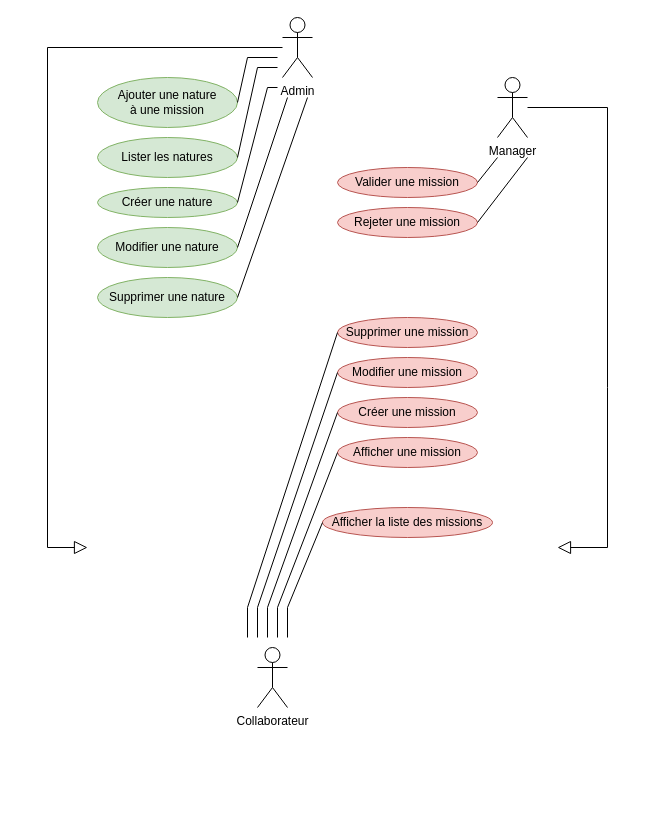
Before: use_case.drawio in VincentProuchet/Gestion_Missions_FE, a draw.io diagram. Source tidied: cells renumbered, new cells numbered last; positions are measured from the earlier drawing's top-left corner, leaving out a move shared by most shapes. Both pictures are drawn from the tidied source at 100%, with x=0, y=0 at pixel (47, 17).
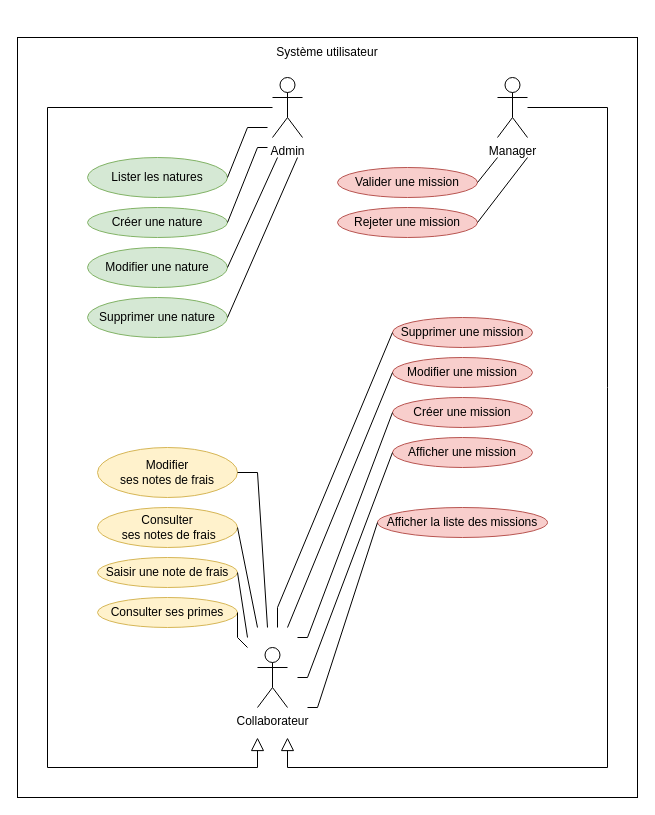
The same page after the edit.

Commit message:
update use_case.drawio add collaborateur actions

The change refers to these unchanged cells:
```xml
<mxCell id="3" value="&lt;div&gt;Manager&lt;/div&gt;" style="shape=umlActor;verticalLabelPosition=bottom;verticalAlign=top;html=1;outlineConnect=0;" parent="1" vertex="1">
  <mxGeometry x="450" y="60" width="30" height="60" as="geometry" />
</mxCell>
```

Change to the diagram source:
```diff
@@
+    <mxCell id="31" style="rounded=0;whiteSpace=wrap;html=1;" parent="1" vertex="1">
+      <mxGeometry x="-30" y="20" width="620" height="760" as="geometry" />
+    </mxCell>
     <mxCell id="2" value="&lt;div&gt;Admin&lt;/div&gt;" style="shape=umlActor;verticalLabelPosition=bottom;verticalAlign=top;html=1;outlineConnect=0;" parent="1" vertex="1">
-      <mxGeometry x="235" width="30" height="60" as="geometry" />
+      <mxGeometry x="225" y="60" width="30" height="60" as="geometry" />
     </mxCell>
@@
     <mxCell id="5" style="endArrow=block;html=1;rounded=0;endFill=0;endSize=11;" parent="1" edge="1" source="2">
       <mxGeometry relative="1" as="geometry">
-        <mxPoint x="40" y="530" as="targetPoint" />
+        <mxPoint x="210" y="720" as="targetPoint" />
         <Array as="points">
-          <mxPoint y="30" />
-          <mxPoint y="530" />
+          <mxPoint y="90" />
+          <mxPoint y="750" />
+          <mxPoint x="210" y="750" />
         </Array>
       </mxGeometry>
     </mxCell>
     <mxCell id="6" style="endArrow=block;html=1;rounded=0;endFill=0;endSize=11;startSize=6;" parent="1" edge="1" source="3">
       <mxGeometry relative="1" as="geometry">
-        <mxPoint x="510" y="530" as="targetPoint" />
+        <mxPoint x="240" y="720" as="targetPoint" />
         <Array as="points">
           <mxPoint x="560" y="90" />
           <mxPoint x="560" y="370" />
-          <mxPoint x="560" y="530" />
+          <mxPoint x="560" y="750" />
+          <mxPoint x="240" y="750" />
         </Array>
       </mxGeometry>
     </mxCell>
-    <mxCell id="7" value="&lt;div&gt;Ajouter une nature&lt;/div&gt;&lt;div&gt;à une mission&lt;/div&gt;" style="ellipse;whiteSpace=wrap;html=1;fillColor=#d5e8d4;strokeColor=#82b366;" parent="1" vertex="1">
-      <mxGeometry x="50" y="60" width="140" height="50" as="geometry" />
-    </mxCell>
     <mxCell id="8" value="&lt;div&gt;Lister les natures&lt;/div&gt;" style="ellipse;whiteSpace=wrap;html=1;fillColor=#d5e8d4;strokeColor=#82b366;" parent="1" vertex="1">
-      <mxGeometry x="50" y="120" width="140" height="40" as="geometry" />
+      <mxGeometry x="40" y="140" width="140" height="40" as="geometry" />
     </mxCell>
     <mxCell id="9" value="&lt;div&gt;Créer une nature&lt;/div&gt;" style="ellipse;whiteSpace=wrap;html=1;fillColor=#d5e8d4;strokeColor=#82b366;" parent="1" vertex="1">
-      <mxGeometry x="50" y="170" width="140" height="30" as="geometry" />
+      <mxGeometry x="40" y="190" width="140" height="30" as="geometry" />
     </mxCell>
     <mxCell id="10" value="&lt;div&gt;Modifier une nature&lt;/div&gt;" style="ellipse;whiteSpace=wrap;html=1;fillColor=#d5e8d4;strokeColor=#82b366;" parent="1" vertex="1">
-      <mxGeometry x="50" y="210" width="140" height="40" as="geometry" />
+      <mxGeometry x="40" y="230" width="140" height="40" as="geometry" />
     </mxCell>
     <mxCell id="11" value="&lt;div&gt;Supprimer une nature&lt;/div&gt;" style="ellipse;whiteSpace=wrap;html=1;fillColor=#d5e8d4;strokeColor=#82b366;" parent="1" vertex="1">
-      <mxGeometry x="50" y="260" width="140" height="40" as="geometry" />
+      <mxGeometry x="40" y="280" width="140" height="40" as="geometry" />
     </mxCell>
-    <mxCell id="12" style="endArrow=none;html=1;rounded=0;startSize=6;endSize=11;exitX=1;exitY=0.5;exitDx=0;exitDy=0;" parent="1" edge="1" source="7">
-      <mxGeometry relative="1" as="geometry">
-        <mxPoint x="230" y="40" as="targetPoint" />
-        <Array as="points">
-          <mxPoint x="200" y="40" />
-          <mxPoint x="230" y="40" />
-        </Array>
-      </mxGeometry>
-    </mxCell>
     <mxCell id="13" style="endArrow=none;html=1;rounded=0;startSize=6;endSize=11;exitX=1;exitY=0.5;exitDx=0;exitDy=0;" parent="1" edge="1" source="8">
       <mxGeometry relative="1" as="geometry">
-        <mxPoint x="230" y="50" as="targetPoint" />
+        <mxPoint x="220" y="110" as="targetPoint" />
         <Array as="points">
-          <mxPoint x="210" y="50" />
+          <mxPoint x="200" y="110" />
         </Array>
       </mxGeometry>
     </mxCell>
     <mxCell id="14" style="endArrow=none;html=1;rounded=0;startSize=6;endSize=11;exitX=1;exitY=0.5;exitDx=0;exitDy=0;" parent="1" edge="1" source="9">
       <mxGeometry relative="1" as="geometry">
-        <mxPoint x="230" y="70" as="targetPoint" />
+        <mxPoint x="220" y="130" as="targetPoint" />
         <Array as="points">
-          <mxPoint x="220" y="70" />
+          <mxPoint x="210" y="130" />
         </Array>
       </mxGeometry>
     </mxCell>
     <mxCell id="15" style="endArrow=none;html=1;rounded=0;startSize=6;endSize=11;exitX=1;exitY=0.5;exitDx=0;exitDy=0;" parent="1" edge="1" source="10">
       <mxGeometry relative="1" as="geometry">
-        <mxPoint x="240" y="80" as="targetPoint" />
+        <mxPoint x="230" y="140" as="targetPoint" />
       </mxGeometry>
     </mxCell>
     <mxCell id="16" style="endArrow=none;html=1;rounded=0;startSize=6;endSize=11;exitX=1;exitY=0.5;exitDx=0;exitDy=0;" parent="1" edge="1" source="11">
       <mxGeometry relative="1" as="geometry">
-        <mxPoint x="260" y="80" as="targetPoint" />
+        <mxPoint x="250" y="140" as="targetPoint" />
       </mxGeometry>
     </mxCell>
@@
     <mxCell id="21" value="&lt;div&gt;Supprimer une mission&lt;br&gt;&lt;/div&gt;" style="ellipse;whiteSpace=wrap;html=1;fillColor=#f8cecc;strokeColor=#b85450;" parent="1" vertex="1">
-      <mxGeometry x="290" y="300" width="140" height="30" as="geometry" />
+      <mxGeometry x="345" y="300" width="140" height="30" as="geometry" />
     </mxCell>
     <mxCell id="22" value="&lt;div&gt;Modifier une mission&lt;/div&gt;" style="ellipse;whiteSpace=wrap;html=1;fillColor=#f8cecc;strokeColor=#b85450;" parent="1" vertex="1">
-      <mxGeometry x="290" y="340" width="140" height="30" as="geometry" />
+      <mxGeometry x="345" y="340" width="140" height="30" as="geometry" />
     </mxCell>
     <mxCell id="23" value="&lt;div&gt;Créer une mission&lt;br&gt;&lt;/div&gt;" style="ellipse;whiteSpace=wrap;html=1;fillColor=#f8cecc;strokeColor=#b85450;" parent="1" vertex="1">
-      <mxGeometry x="290" y="380" width="140" height="30" as="geometry" />
+      <mxGeometry x="345" y="380" width="140" height="30" as="geometry" />
     </mxCell>
     <mxCell id="24" value="&lt;div&gt;Afficher une mission&lt;/div&gt;" style="ellipse;whiteSpace=wrap;html=1;fillColor=#f8cecc;strokeColor=#b85450;" parent="1" vertex="1">
-      <mxGeometry x="290" y="420" width="140" height="30" as="geometry" />
+      <mxGeometry x="345" y="420" width="140" height="30" as="geometry" />
     </mxCell>
     <mxCell id="25" value="&lt;div&gt;Afficher la liste des missions&lt;/div&gt;" style="ellipse;whiteSpace=wrap;html=1;fillColor=#f8cecc;strokeColor=#b85450;" parent="1" vertex="1">
-      <mxGeometry x="275" y="490" width="170" height="30" as="geometry" />
+      <mxGeometry x="330" y="490" width="170" height="30" as="geometry" />
     </mxCell>
     <mxCell id="26" style="endArrow=none;html=1;rounded=0;startSize=6;endSize=11;entryX=0;entryY=0.5;entryDx=0;entryDy=0;" parent="1" edge="1" target="21">
       <mxGeometry relative="1" as="geometry">
-        <mxPoint x="200" y="620" as="sourcePoint" />
+        <mxPoint x="230" y="610" as="sourcePoint" />
         <Array as="points">
-          <mxPoint x="200" y="590" />
+          <mxPoint x="230" y="590" />
         </Array>
       </mxGeometry>
     </mxCell>
     <mxCell id="27" style="endArrow=none;html=1;rounded=0;startSize=6;endSize=11;entryX=0;entryY=0.5;entryDx=0;entryDy=0;" parent="1" edge="1" target="22">
       <mxGeometry relative="1" as="geometry">
-        <mxPoint x="210" y="620" as="sourcePoint" />
-        <Array as="points">
-          <mxPoint x="210" y="590" />
-        </Array>
+        <mxPoint x="240" y="610" as="sourcePoint" />
       </mxGeometry>
     </mxCell>
     <mxCell id="28" style="endArrow=none;html=1;rounded=0;startSize=6;endSize=11;entryX=0;entryY=0.5;entryDx=0;entryDy=0;" parent="1" edge="1" target="23">
       <mxGeometry relative="1" as="geometry">
-        <mxPoint x="220" y="620" as="sourcePoint" />
+        <mxPoint x="250" y="620" as="sourcePoint" />
         <Array as="points">
-          <mxPoint x="220" y="590" />
+          <mxPoint x="260" y="620" />
         </Array>
       </mxGeometry>
     </mxCell>
     <mxCell id="29" style="endArrow=none;html=1;rounded=0;startSize=6;endSize=11;entryX=0;entryY=0.5;entryDx=0;entryDy=0;" parent="1" edge="1" target="24">
       <mxGeometry relative="1" as="geometry">
-        <mxPoint x="230" y="620" as="sourcePoint" />
+        <mxPoint x="250" y="660" as="sourcePoint" />
         <Array as="points">
-          <mxPoint x="230" y="590" />
+          <mxPoint x="260" y="660" />
         </Array>
       </mxGeometry>
     </mxCell>
     <mxCell id="30" style="endArrow=none;html=1;rounded=0;startSize=6;endSize=11;exitX=0;exitY=0.5;exitDx=0;exitDy=0;" parent="1" edge="1" source="25">
       <mxGeometry relative="1" as="geometry">
-        <mxPoint x="240" y="620" as="targetPoint" />
+        <mxPoint x="260" y="690" as="targetPoint" />
         <Array as="points">
-          <mxPoint x="240" y="590" />
+          <mxPoint x="270" y="690" />
         </Array>
       </mxGeometry>
     </mxCell>
+    <mxCell id="32" value="&lt;div&gt;Modifier&lt;/div&gt;&lt;div&gt;ses notes de frais&lt;/div&gt;" style="ellipse;whiteSpace=wrap;html=1;fillColor=#fff2cc;strokeColor=#d6b656;" parent="1" vertex="1">
+      <mxGeometry x="50" y="430" width="140" height="50" as="geometry" />
+    </mxCell>
+    <mxCell id="33" value="&lt;div&gt;Consulter&lt;/div&gt;&lt;div&gt;&amp;nbsp;ses notes de frais&lt;/div&gt;" style="ellipse;whiteSpace=wrap;html=1;fillColor=#fff2cc;strokeColor=#d6b656;" parent="1" vertex="1">
+      <mxGeometry x="50" y="490" width="140" height="40" as="geometry" />
+    </mxCell>
+    <mxCell id="34" value="&lt;div&gt;Saisir une note de frais&lt;/div&gt;" style="ellipse;whiteSpace=wrap;html=1;fillColor=#fff2cc;strokeColor=#d6b656;" parent="1" vertex="1">
+      <mxGeometry x="50" y="540" width="140" height="30" as="geometry" />
+    </mxCell>
+    <mxCell id="35" value="&lt;div&gt;Consulter ses primes&lt;/div&gt;" style="ellipse;whiteSpace=wrap;html=1;fillColor=#fff2cc;strokeColor=#d6b656;" parent="1" vertex="1">
+      <mxGeometry x="50" y="580" width="140" height="30" as="geometry" />
+    </mxCell>
+    <mxCell id="36" style="endArrow=none;html=1;rounded=0;startSize=6;endSize=11;exitX=1;exitY=0.5;exitDx=0;exitDy=0;" parent="1" edge="1" source="32">
+      <mxGeometry relative="1" as="geometry">
+        <mxPoint x="220" y="610" as="targetPoint" />
+        <Array as="points">
+          <mxPoint x="210" y="455" />
+        </Array>
+      </mxGeometry>
+    </mxCell>
+    <mxCell id="37" style="endArrow=none;html=1;rounded=0;startSize=6;endSize=11;exitX=1;exitY=0.5;exitDx=0;exitDy=0;" parent="1" edge="1" source="33">
+      <mxGeometry relative="1" as="geometry">
+        <mxPoint x="210" y="610" as="targetPoint" />
+      </mxGeometry>
+    </mxCell>
+    <mxCell id="38" style="endArrow=none;html=1;rounded=0;startSize=6;endSize=11;exitX=1;exitY=0.5;exitDx=0;exitDy=0;" parent="1" edge="1" source="34">
+      <mxGeometry relative="1" as="geometry">
+        <mxPoint x="200" y="620" as="targetPoint" />
+      </mxGeometry>
+    </mxCell>
+    <mxCell id="39" style="endArrow=none;html=1;rounded=0;startSize=6;endSize=11;exitX=1;exitY=0.5;exitDx=0;exitDy=0;" parent="1" edge="1" source="35">
+      <mxGeometry relative="1" as="geometry">
+        <mxPoint x="200" y="630" as="targetPoint" />
+        <Array as="points">
+          <mxPoint x="190" y="620" />
+        </Array>
+      </mxGeometry>
+    </mxCell>
+    <mxCell id="40" value="Système utilisateur" style="text;html=1;strokeColor=none;fillColor=none;align=center;verticalAlign=middle;whiteSpace=wrap;rounded=0;" parent="1" vertex="1">
+      <mxGeometry x="215" y="20" width="130" height="30" as="geometry" />
+    </mxCell>
```
